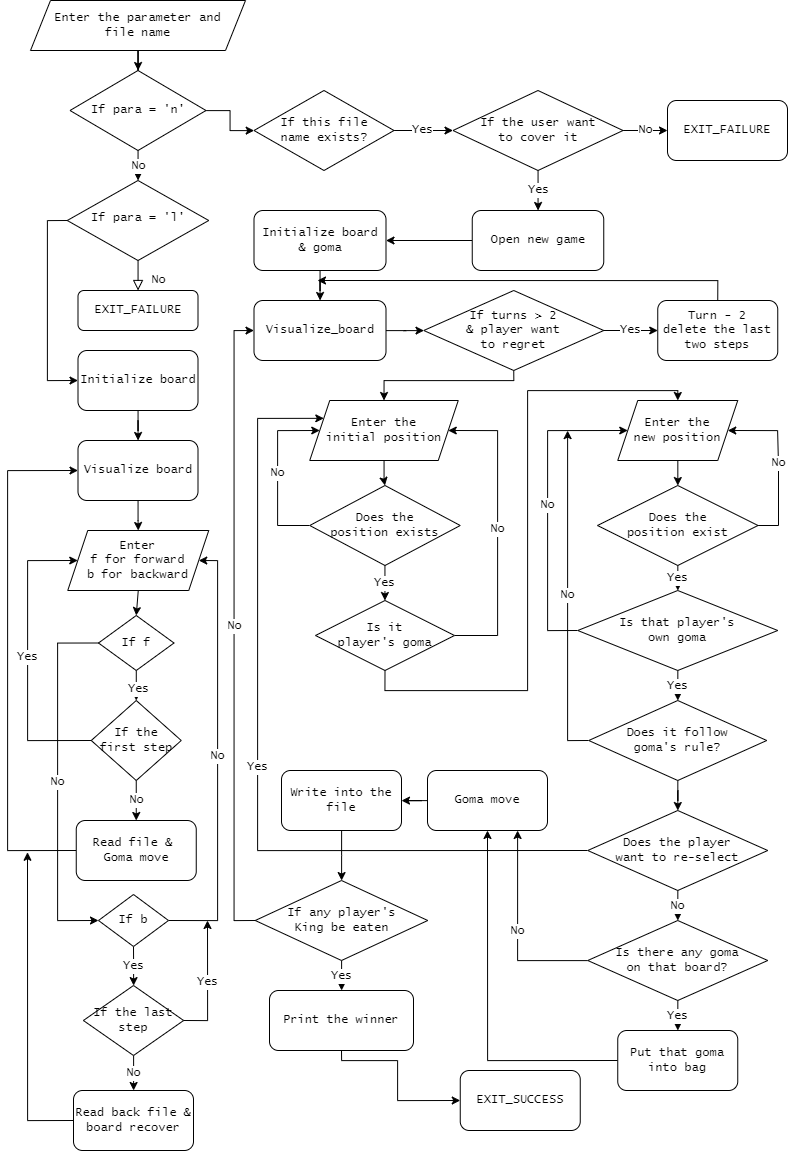
NCU-DSA-111-1/assignment_2-whimy keeps this draw.io diagram as doc/FlowChart.png. Above is the earlier version. Source tidied: cells renumbered, new cells last; positions are measured from the earlier drawing's top-left corner, leaving out a move shared by most shapes.
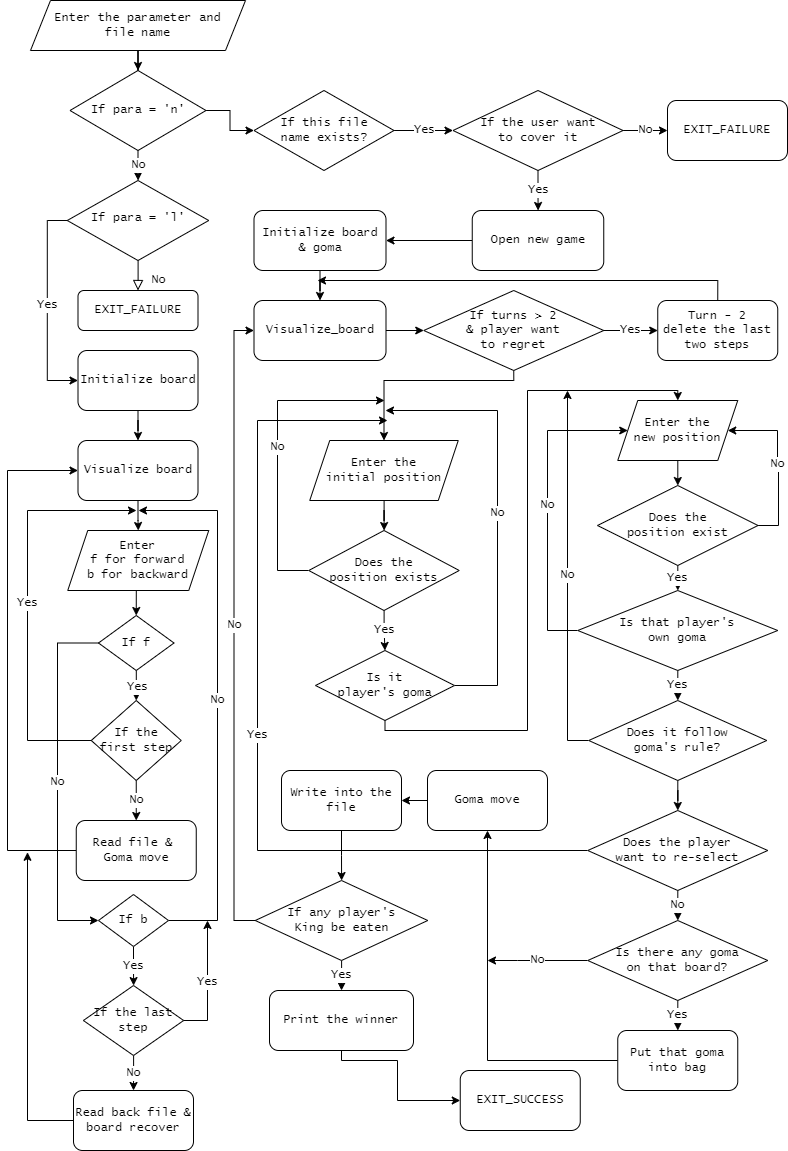
The same file after the commit.

Diff of the diagram source:
```diff
@@ -5,7 +5,7 @@
     <mxCell id="2" value="No" style="rounded=0;html=1;jettySize=auto;fontSize=11;endArrow=block;endFill=0;endSize=8;strokeWidth=1;shadow=0;labelBackgroundColor=none;edgeStyle=orthogonalEdgeStyle;fontFamily=Lucida Console;" parent="1" edge="1" source="4" target="5">
       <mxGeometry x="0.33" y="20" relative="1" as="geometry" />
     </mxCell>
-    <mxCell id="3" style="edgeStyle=orthogonalEdgeStyle;rounded=0;jettySize=auto;html=1;exitX=0;exitY=0.5;exitDx=0;exitDy=0;entryX=0;entryY=0.5;entryDx=0;entryDy=0;fontFamily=Lucida Console;" parent="1" edge="1" source="4" target="82">
+    <mxCell id="3" value="Yes" style="edgeStyle=orthogonalEdgeStyle;rounded=0;jettySize=auto;html=1;exitX=0;exitY=0.5;exitDx=0;exitDy=0;entryX=0;entryY=0.5;entryDx=0;entryDy=0;fontFamily=Lucida Console;" parent="1" edge="1" source="4" target="82">
       <mxGeometry relative="1" as="geometry" />
     </mxCell>
     <mxCell id="4" value="If para = 'l'" style="rhombus;whiteSpace=wrap;html=1;shadow=0;fontFamily=Lucida Console;fontSize=12;align=center;strokeWidth=1;spacing=6;spacingTop=-4;" parent="1" vertex="1">
@@ -78,42 +78,44 @@
       <mxGeometry relative="1" as="geometry" />
     </mxCell>
     <mxCell id="27" value="Enter the &lt;br&gt;initial position" style="shape=parallelogram;perimeter=parallelogramPerimeter;whiteSpace=wrap;html=1;fixedSize=1;fontFamily=Lucida Console;" parent="1" vertex="1">
-      <mxGeometry x="302.2" y="400" width="148.5" height="60" as="geometry" />
+      <mxGeometry x="302.2" y="440" width="148.5" height="60" as="geometry" />
     </mxCell>
     <mxCell id="28" value="Yes" style="edgeStyle=orthogonalEdgeStyle;rounded=0;jettySize=auto;html=1;fontFamily=Lucida Console;" parent="1" edge="1" source="30" target="33">
       <mxGeometry relative="1" as="geometry" />
     </mxCell>
-    <mxCell id="29" value="No" style="edgeStyle=orthogonalEdgeStyle;rounded=0;jettySize=auto;html=1;exitX=0;exitY=0.5;exitDx=0;exitDy=0;entryX=0;entryY=0.5;entryDx=0;entryDy=0;fontFamily=Lucida Console;" parent="1" edge="1" source="30" target="27">
+    <mxCell id="29" value="No" style="edgeStyle=orthogonalEdgeStyle;rounded=0;jettySize=auto;html=1;exitX=0;exitY=0.5;exitDx=0;exitDy=0;fontFamily=Lucida Console;" parent="1" edge="1" source="30">
       <mxGeometry relative="1" as="geometry">
+        <mxPoint x="377" y="400" as="targetPoint" />
         <Array as="points">
-          <mxPoint x="270" y="525" />
-          <mxPoint x="270" y="430" />
+          <mxPoint x="270" y="570" />
+          <mxPoint x="270" y="400" />
         </Array>
       </mxGeometry>
     </mxCell>
     <mxCell id="30" value="Does the &lt;br&gt;position exists" style="rhombus;whiteSpace=wrap;html=1;fontFamily=Lucida Console;" parent="1" vertex="1">
-      <mxGeometry x="302.2" y="485" width="150.5" height="80" as="geometry" />
+      <mxGeometry x="301.2" y="530" width="150.5" height="80" as="geometry" />
     </mxCell>
-    <mxCell id="31" value="No" style="edgeStyle=orthogonalEdgeStyle;rounded=0;jettySize=auto;html=1;exitX=1;exitY=0.5;exitDx=0;exitDy=0;entryX=1;entryY=0.5;entryDx=0;entryDy=0;fontFamily=Lucida Console;" parent="1" edge="1" source="33" target="27">
+    <mxCell id="31" value="No" style="edgeStyle=orthogonalEdgeStyle;rounded=0;jettySize=auto;html=1;exitX=1;exitY=0.5;exitDx=0;exitDy=0;fontFamily=Lucida Console;" parent="1" edge="1" source="33">
       <mxGeometry relative="1" as="geometry">
+        <mxPoint x="378" y="410" as="targetPoint" />
         <Array as="points">
-          <mxPoint x="490" y="635" />
-          <mxPoint x="490" y="430" />
+          <mxPoint x="490" y="685" />
+          <mxPoint x="490" y="410" />
         </Array>
       </mxGeometry>
     </mxCell>
     <mxCell id="32" style="edgeStyle=orthogonalEdgeStyle;rounded=0;jettySize=auto;html=1;exitX=0.5;exitY=1;exitDx=0;exitDy=0;fontFamily=Lucida Console;entryX=0.5;entryY=0;entryDx=0;entryDy=0;" parent="1" edge="1" source="33" target="35">
       <mxGeometry relative="1" as="geometry">
         <Array as="points">
-          <mxPoint x="377" y="690" />
-          <mxPoint x="520" y="690" />
+          <mxPoint x="378" y="730" />
+          <mxPoint x="520" y="730" />
           <mxPoint x="520" y="390" />
           <mxPoint x="670" y="390" />
         </Array>
       </mxGeometry>
     </mxCell>
     <mxCell id="33" value="Is it &lt;br&gt;player's goma" style="rhombus;whiteSpace=wrap;html=1;fontFamily=Lucida Console;" parent="1" vertex="1">
-      <mxGeometry x="308" y="600" width="139" height="70" as="geometry" />
+      <mxGeometry x="308" y="650" width="139" height="70" as="geometry" />
     </mxCell>
     <mxCell id="34" style="edgeStyle=orthogonalEdgeStyle;rounded=0;jettySize=auto;html=1;fontFamily=Lucida Console;" parent="1" edge="1" source="35" target="38">
       <mxGeometry relative="1" as="geometry" />
@@ -152,7 +154,7 @@
     </mxCell>
     <mxCell id="42" value="No" style="edgeStyle=orthogonalEdgeStyle;rounded=0;jettySize=auto;html=1;exitX=0;exitY=0.5;exitDx=0;exitDy=0;fontFamily=Lucida Console;" parent="1" edge="1" source="44">
       <mxGeometry relative="1" as="geometry">
-        <mxPoint x="560" y="430" as="targetPoint" />
+        <mxPoint x="560" y="390" as="targetPoint" />
         <Array as="points">
           <mxPoint x="560" y="740" />
           <mxPoint x="560" y="430" />
@@ -165,11 +167,12 @@
     <mxCell id="44" value="Does it follow &lt;br&gt;goma's rule?" style="rhombus;whiteSpace=wrap;html=1;fontFamily=Lucida Console;" parent="1" vertex="1">
       <mxGeometry x="581.2" y="700" width="178" height="80" as="geometry" />
     </mxCell>
-    <mxCell id="45" value="Yes" style="edgeStyle=orthogonalEdgeStyle;rounded=0;jettySize=auto;html=1;exitX=0;exitY=0.5;exitDx=0;exitDy=0;entryX=0;entryY=0.25;entryDx=0;entryDy=0;fontFamily=Lucida Console;" parent="1" edge="1" source="47" target="27">
+    <mxCell id="45" value="Yes" style="edgeStyle=orthogonalEdgeStyle;rounded=0;jettySize=auto;html=1;exitX=0;exitY=0.5;exitDx=0;exitDy=0;fontFamily=Lucida Console;" parent="1" edge="1" source="47">
       <mxGeometry relative="1" as="geometry">
+        <mxPoint x="380" y="420" as="targetPoint" />
         <Array as="points">
           <mxPoint x="250" y="850" />
-          <mxPoint x="250" y="418" />
+          <mxPoint x="250" y="420" />
         </Array>
       </mxGeometry>
     </mxCell>
@@ -182,8 +185,9 @@
     <mxCell id="48" value="Yes" style="edgeStyle=orthogonalEdgeStyle;rounded=0;jettySize=auto;html=1;fontFamily=Lucida Console;" parent="1" edge="1" source="50" target="52">
       <mxGeometry relative="1" as="geometry" />
     </mxCell>
-    <mxCell id="49" value="No" style="edgeStyle=orthogonalEdgeStyle;rounded=0;jettySize=auto;html=1;fontFamily=Lucida Console;" parent="1" edge="1" source="50" target="54">
+    <mxCell id="49" value="No" style="edgeStyle=orthogonalEdgeStyle;rounded=0;jettySize=auto;html=1;fontFamily=Lucida Console;" parent="1" edge="1" source="50">
       <mxGeometry relative="1" as="geometry">
+        <mxPoint x="480" y="960" as="targetPoint" />
         <Array as="points">
           <mxPoint x="510" y="960" />
         </Array>
@@ -293,11 +297,12 @@
     <mxCell id="75" value="Yes" style="edgeStyle=orthogonalEdgeStyle;rounded=0;jettySize=auto;html=1;exitX=0.5;exitY=1;exitDx=0;exitDy=0;fontFamily=Lucida Console;" parent="1" edge="1" source="77" target="85">
       <mxGeometry relative="1" as="geometry" />
     </mxCell>
-    <mxCell id="76" value="No" style="edgeStyle=orthogonalEdgeStyle;rounded=0;jettySize=auto;html=1;exitX=1;exitY=0.5;exitDx=0;exitDy=0;entryX=1;entryY=0.5;entryDx=0;entryDy=0;fontFamily=Lucida Console;" parent="1" edge="1" source="77" target="68">
+    <mxCell id="76" value="No" style="edgeStyle=orthogonalEdgeStyle;rounded=0;jettySize=auto;html=1;exitX=1;exitY=0.5;exitDx=0;exitDy=0;fontFamily=Lucida Console;" parent="1" edge="1" source="77">
       <mxGeometry relative="1" as="geometry">
+        <mxPoint x="131" y="510" as="targetPoint" />
         <Array as="points">
           <mxPoint x="210" y="920" />
-          <mxPoint x="210" y="560" />
+          <mxPoint x="210" y="510" />
         </Array>
       </mxGeometry>
     </mxCell>
@@ -307,11 +312,12 @@
     <mxCell id="78" value="No" style="edgeStyle=orthogonalEdgeStyle;rounded=0;jettySize=auto;html=1;fontFamily=Lucida Console;" parent="1" edge="1" source="80" target="74">
       <mxGeometry relative="1" as="geometry" />
     </mxCell>
-    <mxCell id="79" value="Yes" style="edgeStyle=orthogonalEdgeStyle;rounded=0;jettySize=auto;html=1;exitX=0;exitY=0.5;exitDx=0;exitDy=0;entryX=0;entryY=0.5;entryDx=0;entryDy=0;fontFamily=Lucida Console;" parent="1" edge="1" source="80" target="68">
+    <mxCell id="79" value="Yes" style="edgeStyle=orthogonalEdgeStyle;rounded=0;jettySize=auto;html=1;exitX=0;exitY=0.5;exitDx=0;exitDy=0;fontFamily=Lucida Console;" parent="1" edge="1" source="80">
       <mxGeometry relative="1" as="geometry">
+        <mxPoint x="129" y="510" as="targetPoint" />
         <Array as="points">
           <mxPoint x="20" y="740" />
-          <mxPoint x="20" y="560" />
+          <mxPoint x="20" y="510" />
         </Array>
       </mxGeometry>
     </mxCell>
```
